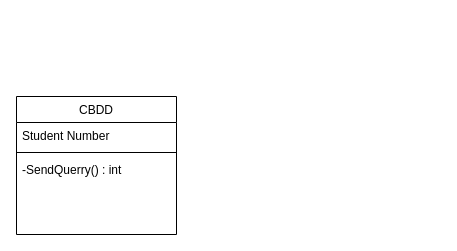
Earlier version of the draw.io diagram SYSML/Diagramme Classe.drawio (ToGen49/Hippodrome). Source tidied: cells renumbered, new cells numbered last; positions are measured from the earlier drawing's top-left corner, leaving out a move shared by most shapes. Both pictures are drawn from the tidied source at 100%, with x=0, y=0 at pixel (16, 96).
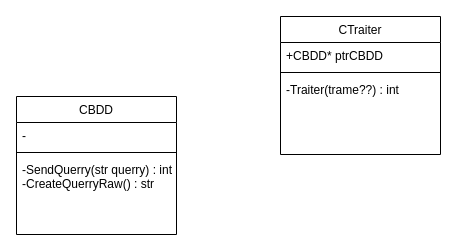
The same diagram, later.

Commit message (it also covers changes not shown here):
Mettre à jour Diagramme Classe.drawio

The edit, as a diff of the source:
```diff
@@
 <mxGraphModel>
   <root>
     <mxCell id="0" />
     <mxCell id="1" parent="0" />
     <mxCell id="2" value="CBDD" style="swimlane;fontStyle=0;align=center;verticalAlign=top;horizontal=1;startSize=26;rounded=0;shadow=0;strokeWidth=1;" parent="1" vertex="1">
       <mxGeometry width="160" height="138" as="geometry" />
     </mxCell>
-    <mxCell id="3" value="Student Number" style="text;align=left;verticalAlign=top;spacingLeft=4;spacingRight=4;overflow=hidden;" parent="2" vertex="1">
+    <mxCell id="3" value="-" style="text;align=left;verticalAlign=top;spacingLeft=4;spacingRight=4;overflow=hidden;" parent="2" vertex="1">
       <mxGeometry y="26" width="160" height="26" as="geometry" />
     </mxCell>
     <mxCell id="4" style="line;html=1;strokeWidth=1;align=left;verticalAlign=middle;spacingTop=-1;spacingLeft=3;spacingRight=3;labelPosition=right;" parent="2" vertex="1">
       <mxGeometry y="52" width="160" height="8" as="geometry" />
     </mxCell>
-    <mxCell id="5" value="-SendQuerry() : int" style="text;align=left;verticalAlign=top;spacingLeft=4;spacingRight=4;overflow=hidden;" parent="2" vertex="1">
-      <mxGeometry y="60" width="160" height="26" as="geometry" />
+    <mxCell id="5" value="-SendQuerry(str querry) : int&#10;-CreateQuerryRaw() : str" style="text;align=left;verticalAlign=top;spacingLeft=4;spacingRight=4;overflow=hidden;" parent="2" vertex="1">
+      <mxGeometry y="60" width="160" height="60" as="geometry" />
     </mxCell>
+    <mxCell id="6" value="CTraiter" style="swimlane;fontStyle=0;align=center;verticalAlign=top;horizontal=1;startSize=26;rounded=0;shadow=0;strokeWidth=1;" parent="1" vertex="1">
+      <mxGeometry x="264" y="-80" width="160" height="138" as="geometry" />
+    </mxCell>
+    <mxCell id="7" value="+CBDD* ptrCBDD" style="text;align=left;verticalAlign=top;spacingLeft=4;spacingRight=4;overflow=hidden;" parent="6" vertex="1">
+      <mxGeometry y="26" width="160" height="26" as="geometry" />
+    </mxCell>
+    <mxCell id="8" style="line;html=1;strokeWidth=1;align=left;verticalAlign=middle;spacingTop=-1;spacingLeft=3;spacingRight=3;labelPosition=right;" parent="6" vertex="1">
+      <mxGeometry y="52" width="160" height="8" as="geometry" />
+    </mxCell>
+    <mxCell id="9" value="-Traiter(trame??) : int" style="text;align=left;verticalAlign=top;spacingLeft=4;spacingRight=4;overflow=hidden;" parent="6" vertex="1">
+      <mxGeometry y="60" width="160" height="70" as="geometry" />
+    </mxCell>
   </root>
 </mxGraphModel>
```
